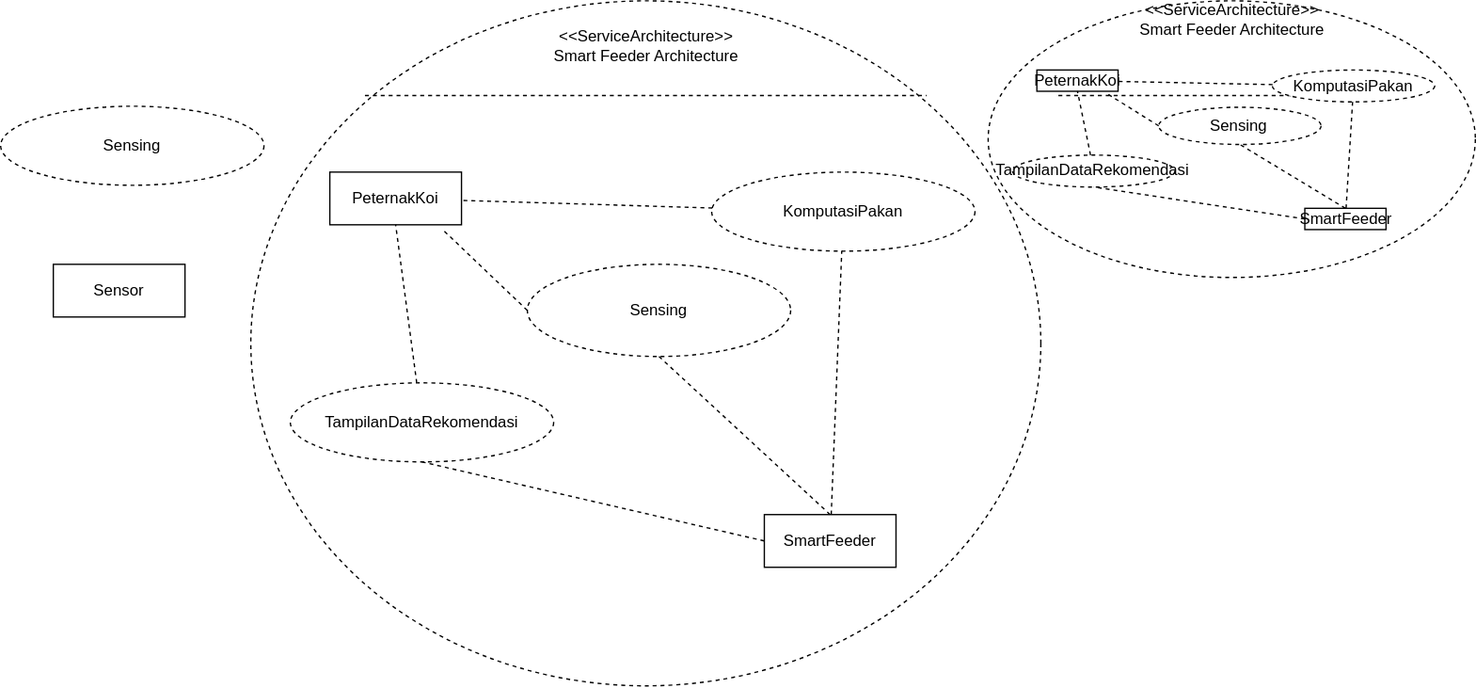
Before: soaml1.svg, a diagram exported from draw.io (shadow17t/diagram). Source tidied: cells renumbered, new cells last; positions are measured from the earlier drawing's top-left corner, leaving out a move shared by most shapes.
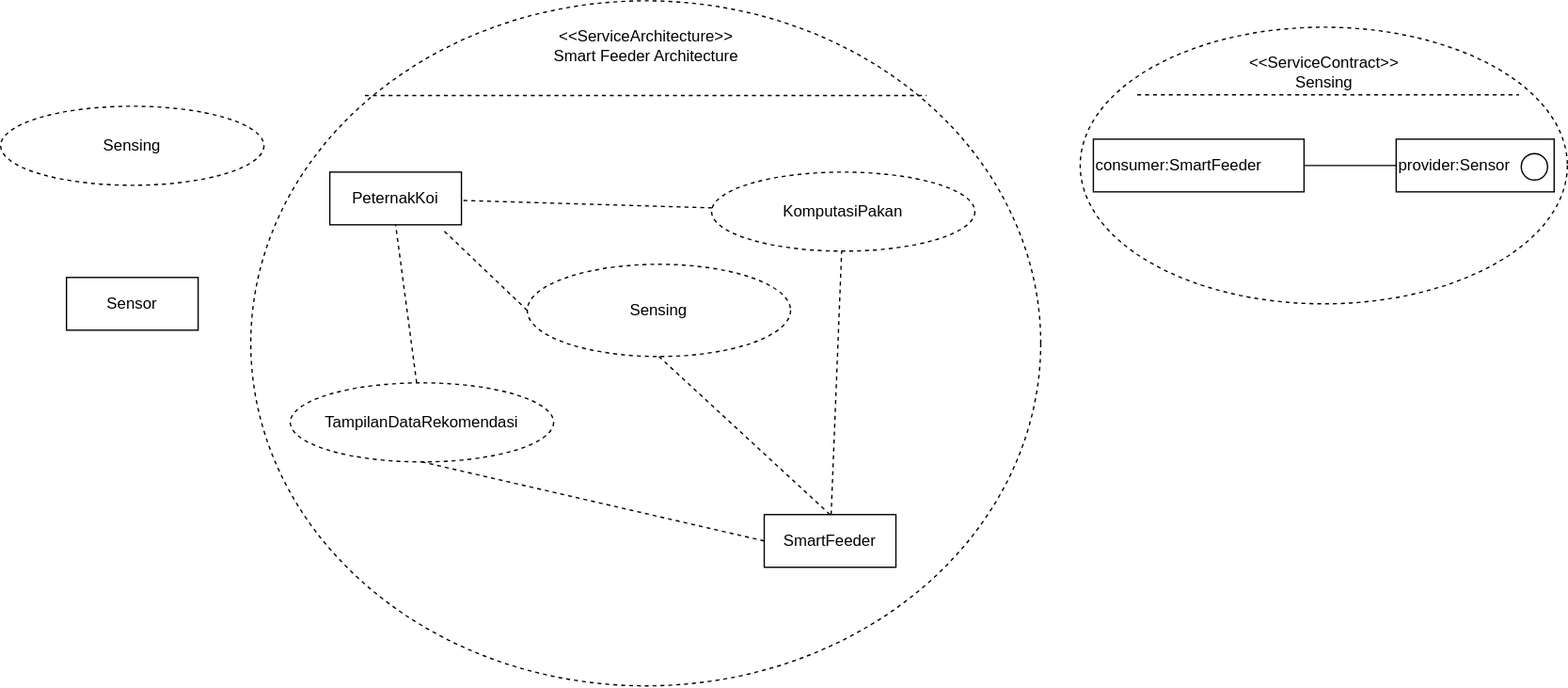
After the commit.

The edit, as a diff of the source:
```diff
@@ -49,52 +49,31 @@
     <mxCell id="16" value="Sensing" style="ellipse;whiteSpace=wrap;html=1;align=center;dashed=1;" parent="1" vertex="1">
       <mxGeometry y="80" width="200" height="60" as="geometry" />
     </mxCell>
-    <mxCell id="17" value="Sensor" style="whiteSpace=wrap;html=1;align=center;" parent="1" vertex="1">
-      <mxGeometry x="40" y="200" width="100" height="40" as="geometry" />
-    </mxCell>
     <mxCell id="18" style="shape=ellipse;horizontal=1;html=1;dashed=1;" parent="1" vertex="1">
-      <mxGeometry x="750" width="370" height="210" as="geometry" />
+      <mxGeometry x="820" y="20" width="370" height="210" as="geometry" />
     </mxCell>
-    <mxCell id="19" value="&lt;div&gt;&amp;lt;&amp;lt;ServiceArchitecture&amp;gt;&amp;gt;&lt;/div&gt;&lt;div&gt;Smart Feeder Architecture&lt;/div&gt;" style="html=1;strokeColor=none;fillColor=none;align=center;verticalAlign=middle;spacingLeft=4;spacingRight=4;" parent="18" vertex="1">
-      <mxGeometry width="370" height="27.4" as="geometry" />
+    <mxCell id="19" value="&lt;div&gt;&amp;lt;&amp;lt;ServiceContract&amp;gt;&amp;gt;&lt;/div&gt;&lt;div&gt;Sensing&lt;/div&gt;" style="html=1;strokeColor=none;fillColor=none;align=center;verticalAlign=middle;spacingLeft=4;spacingRight=4;" parent="18" vertex="1">
+      <mxGeometry y="20" width="370" height="27.4" as="geometry" />
     </mxCell>
     <mxCell id="20" style="line;strokeWidth=1;fillColor=none;labelPosition=right;dashed=1;" parent="18" vertex="1">
-      <mxGeometry x="0.14" width="263.11" height="8" relative="1" as="geometry">
-        <mxPoint x="-0.3" y="67.8" as="offset" />
+      <mxGeometry x="0.14" width="290.01" height="8" relative="1" as="geometry">
+        <mxPoint x="-10.4" y="47.4" as="offset" />
       </mxGeometry>
     </mxCell>
-    <mxCell id="21" value="Sensing" style="ellipse;whiteSpace=wrap;html=1;align=center;dashed=1;" parent="18" vertex="1">
-      <mxGeometry x="129.5" y="80.8" width="123.3" height="28.3" as="geometry" />
-    </mxCell>
-    <mxCell id="22" value="TampilanDataRekomendasi" style="ellipse;whiteSpace=wrap;html=1;align=center;dashed=1;" parent="18" vertex="1">
-      <mxGeometry x="18.5" y="117.1" width="123.3" height="24.2" as="geometry" />
-    </mxCell>
-    <mxCell id="23" value="KomputasiPakan" style="ellipse;whiteSpace=wrap;html=1;align=center;dashed=1;" parent="18" vertex="1">
-      <mxGeometry x="215.8" y="52.5" width="123.3" height="24.2" as="geometry" />
-    </mxCell>
-    <mxCell id="24" value="PeternakKoi" style="whiteSpace=wrap;html=1;align=center;" parent="18" vertex="1">
-      <mxGeometry x="37" y="52.5" width="61.7" height="16.2" as="geometry" />
-    </mxCell>
-    <mxCell id="25" value="SmartFeeder" style="whiteSpace=wrap;html=1;align=center;" parent="18" vertex="1">
-      <mxGeometry x="240.5" y="157.5" width="61.7" height="16.2" as="geometry" />
-    </mxCell>
-    <mxCell id="26" style="endArrow=none;dashed=1;html=1;entryX=0.85;entryY=1.075;entryDx=0;entryDy=0;exitX=0;exitY=0.5;exitDx=0;exitDy=0;entryPerimeter=0;" parent="18" edge="1" source="21" target="24">
-      <mxGeometry relative="1" as="geometry" />
-    </mxCell>
-    <mxCell id="27" style="endArrow=none;dashed=1;html=1;entryX=0.5;entryY=1;entryDx=0;entryDy=0;" parent="18" edge="1" source="22" target="24">
-      <mxGeometry relative="1" as="geometry" />
-    </mxCell>
-    <mxCell id="28" style="endArrow=none;dashed=1;html=1;entryX=0.5;entryY=1;entryDx=0;entryDy=0;exitX=0.5;exitY=0;exitDx=0;exitDy=0;" parent="18" edge="1" source="25" target="21">
-      <mxGeometry relative="1" as="geometry" />
-    </mxCell>
-    <mxCell id="29" style="endArrow=none;dashed=1;html=1;" parent="18" edge="1" source="25" target="23">
-      <mxGeometry relative="1" as="geometry" />
-    </mxCell>
-    <mxCell id="30" style="endArrow=none;dashed=1;html=1;" parent="18" edge="1" source="23" target="24">
-      <mxGeometry relative="1" as="geometry" />
-    </mxCell>
-    <mxCell id="31" style="endArrow=none;dashed=1;html=1;entryX=0.5;entryY=1;entryDx=0;entryDy=0;exitX=0;exitY=0.5;exitDx=0;exitDy=0;" parent="18" edge="1" source="25" target="22">
-      <mxGeometry relative="1" as="geometry" />
-    </mxCell>
+    <mxCell id="32" value="&lt;div align=&quot;left&quot;&gt;consumer:SmartFeeder&lt;/div&gt;" style="whiteSpace=wrap;html=1;align=left;" parent="18" vertex="1">
+      <mxGeometry x="10" y="85" width="160" height="40" as="geometry" />
+    </mxCell>
+    <mxCell id="17" value="&lt;div align=&quot;left&quot;&gt;provider:Sensor&lt;/div&gt;" style="whiteSpace=wrap;html=1;align=left;" parent="18" vertex="1">
+      <mxGeometry x="240" y="85" width="120" height="40" as="geometry" />
+    </mxCell>
+    <mxCell id="33" style="endArrow=none;html=1;entryX=0;entryY=0.5;entryDx=0;entryDy=0;exitX=1;exitY=0.5;exitDx=0;exitDy=0;" parent="18" edge="1" source="32" target="17">
+      <mxGeometry relative="1" as="geometry" />
+    </mxCell>
+    <mxCell id="34" style="ellipse;fillColor=#ffffff;strokeColor=#000000;" parent="18" vertex="1">
+      <mxGeometry x="335" y="96" width="20" height="20" as="geometry" />
+    </mxCell>
+    <mxCell id="35" value="Sensor" style="whiteSpace=wrap;html=1;align=center;" parent="1" vertex="1">
+      <mxGeometry x="50" y="210" width="100" height="40" as="geometry" />
+    </mxCell>
   </root>
 </mxGraphModel>
```
